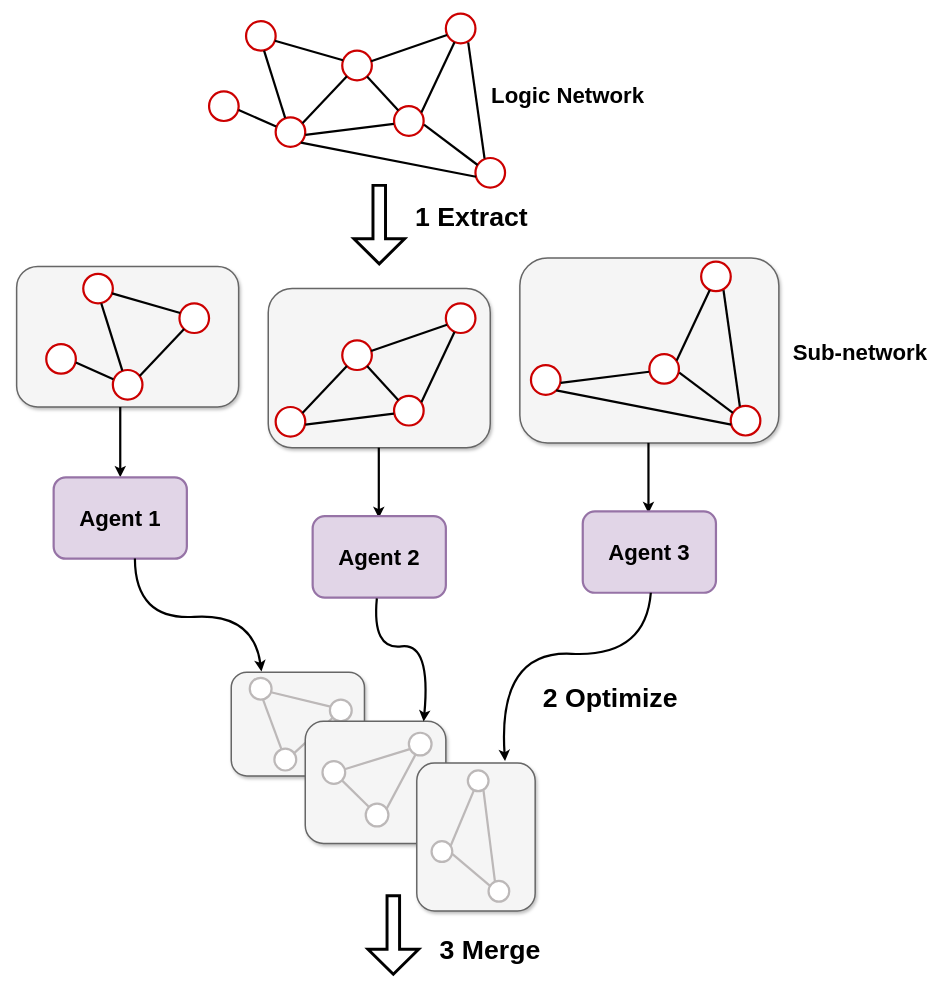
Before: explorationEngine.drawio in kxzhu0505/LogicSynOpt, a draw.io diagram. Source tidied: cells renumbered, new cells numbered last; positions are measured from the earlier drawing's top-left corner, leaving out a move shared by most shapes. Both pictures are drawn from the tidied source at 74%, with x=0, y=0 at pixel (16, 13).
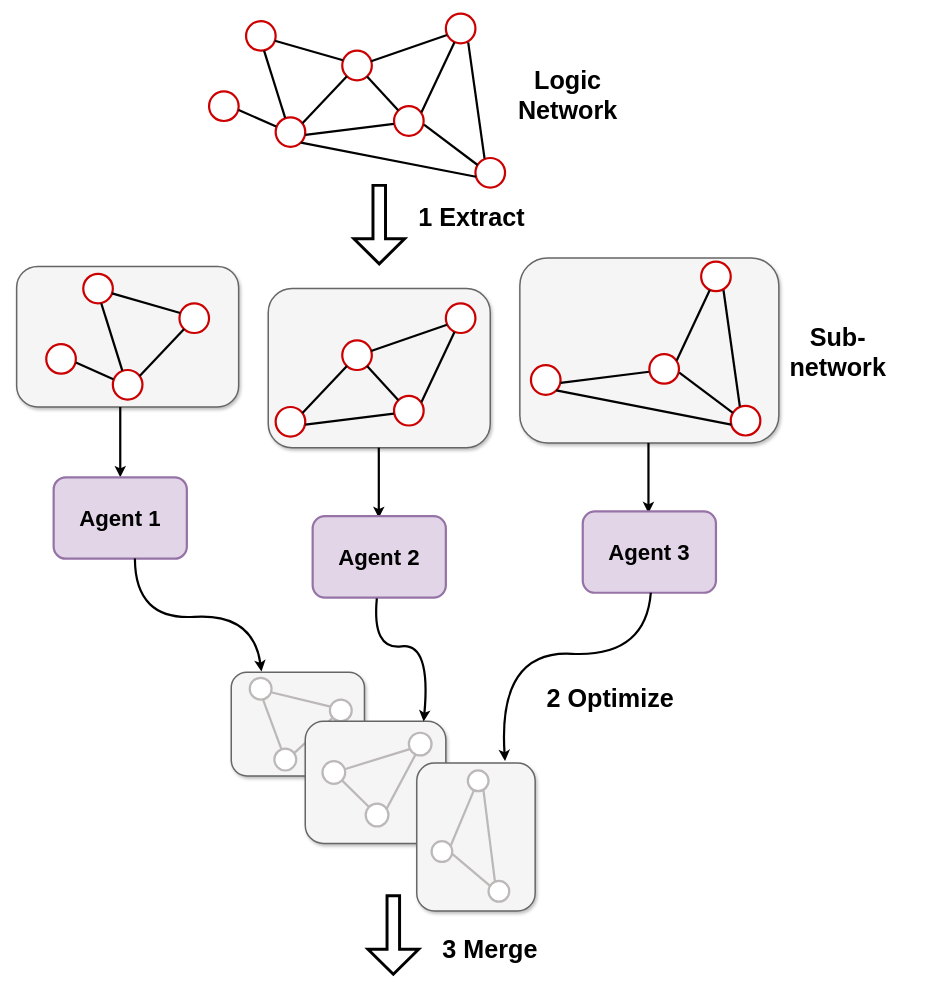
Above is the later version.

What changed in the source:
```diff
@@
-    <mxCell id="49" value="&lt;font size=&quot;1&quot; style=&quot;&quot;&gt;&lt;b style=&quot;font-size: 30px;&quot;&gt;Logic Network&lt;/b&gt;&lt;/font&gt;" style="text;html=1;align=center;verticalAlign=middle;whiteSpace=wrap;rounded=0;" parent="1" vertex="1">
+    <mxCell id="49" value="&lt;font size=&quot;1&quot; style=&quot;&quot;&gt;&lt;b style=&quot;font-size: 34px;&quot;&gt;Logic Network&lt;/b&gt;&lt;/font&gt;" style="text;html=1;align=center;verticalAlign=middle;whiteSpace=wrap;rounded=0;" parent="1" vertex="1">
       <mxGeometry x="640" y="95" width="210" height="30" as="geometry" />
     </mxCell>
@@
-    <mxCell id="51" value="&lt;b style=&quot;&quot;&gt;&lt;font style=&quot;font-size: 36px;&quot;&gt;1 Extract&lt;/font&gt;&lt;/b&gt;" style="text;html=1;align=center;verticalAlign=middle;whiteSpace=wrap;rounded=0;" parent="1" vertex="1">
+    <mxCell id="51" value="&lt;b style=&quot;&quot;&gt;&lt;font style=&quot;font-size: 34px;&quot;&gt;1 Extract&lt;/font&gt;&lt;/b&gt;" style="text;html=1;align=center;verticalAlign=middle;whiteSpace=wrap;rounded=0;" parent="1" vertex="1">
       <mxGeometry x="510" y="260" width="210" height="30" as="geometry" />
     </mxCell>
@@
-    <mxCell id="58" value="&lt;font size=&quot;1&quot; style=&quot;&quot;&gt;&lt;b style=&quot;font-size: 30px;&quot;&gt;Sub-network&lt;/b&gt;&lt;/font&gt;" style="text;html=1;align=center;verticalAlign=middle;whiteSpace=wrap;rounded=0;" parent="1" vertex="1">
-      <mxGeometry x="1040" y="441.5" width="200" height="30" as="geometry" />
+    <mxCell id="58" value="&lt;font size=&quot;1&quot; style=&quot;&quot;&gt;&lt;b style=&quot;font-size: 34px;&quot;&gt;Sub-network&lt;/b&gt;&lt;/font&gt;" style="text;html=1;align=center;verticalAlign=middle;whiteSpace=wrap;rounded=0;" parent="1" vertex="1">
+      <mxGeometry x="1040" y="441.5" width="140" height="30" as="geometry" />
     </mxCell>
@@
-    <mxCell id="85" value="&lt;b style=&quot;&quot;&gt;&lt;font style=&quot;font-size: 36px;&quot;&gt;3 Merge&lt;/font&gt;&lt;/b&gt;" style="text;html=1;align=center;verticalAlign=middle;whiteSpace=wrap;rounded=0;" parent="1" vertex="1">
+    <mxCell id="85" value="&lt;b style=&quot;&quot;&gt;&lt;font style=&quot;font-size: 34px;&quot;&gt;3 Merge&lt;/font&gt;&lt;/b&gt;" style="text;html=1;align=center;verticalAlign=middle;whiteSpace=wrap;rounded=0;" parent="1" vertex="1">
       <mxGeometry x="535" y="1250" width="210" height="30" as="geometry" />
     </mxCell>
@@
-    <mxCell id="87" value="&lt;font size=&quot;1&quot; style=&quot;&quot;&gt;&lt;b style=&quot;font-size: 36px;&quot;&gt;2 Optimize&lt;/b&gt;&lt;/font&gt;" style="text;html=1;align=center;verticalAlign=middle;whiteSpace=wrap;rounded=0;" parent="1" vertex="1">
+    <mxCell id="87" value="&lt;font size=&quot;1&quot; style=&quot;&quot;&gt;&lt;b style=&quot;font-size: 34px;&quot;&gt;2 Optimize&lt;/b&gt;&lt;/font&gt;" style="text;html=1;align=center;verticalAlign=middle;whiteSpace=wrap;rounded=0;" parent="1" vertex="1">
       <mxGeometry x="695" y="910" width="215" height="30" as="geometry" />
     </mxCell>
```
